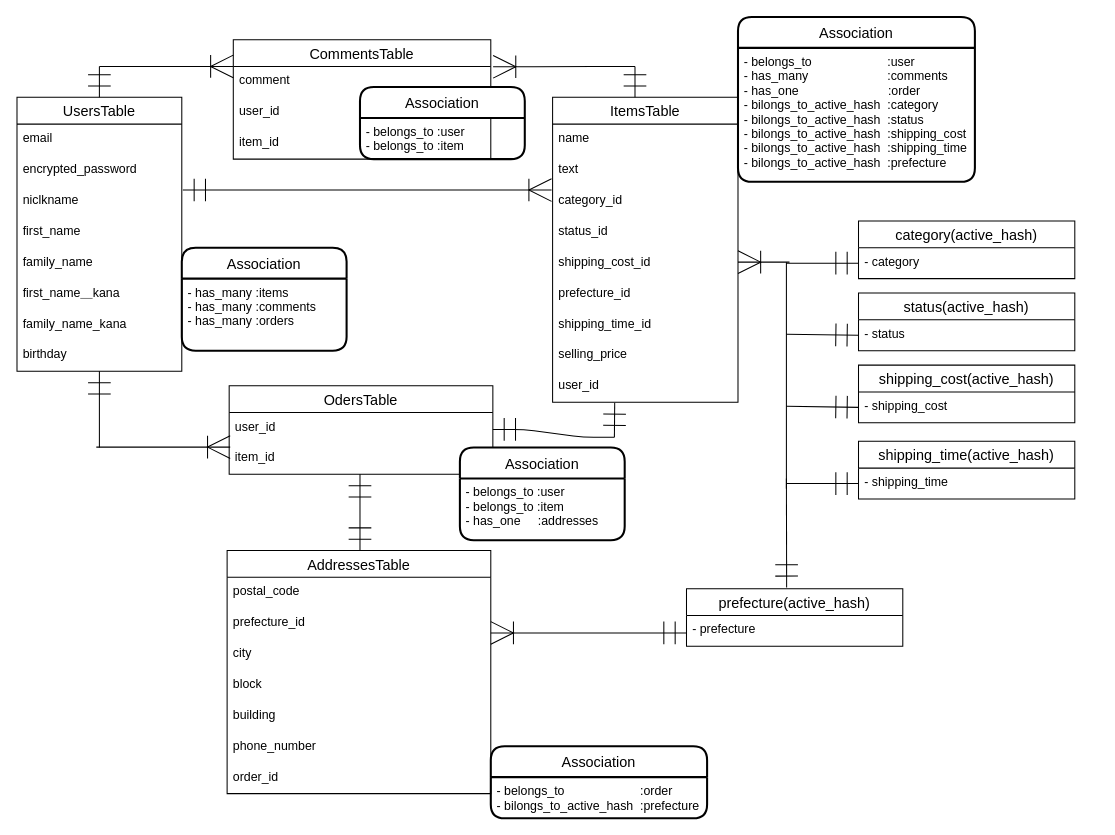
This is ER.dio from wakachico/furima-36117, a draw.io file, before an edit. Source tidied: cells renumbered, new cells numbered last; positions are measured from the earlier drawing's top-left corner, leaving out a move shared by most shapes. Both pictures are drawn from the tidied source at 103%, with x=0, y=0 at pixel (16, 16).
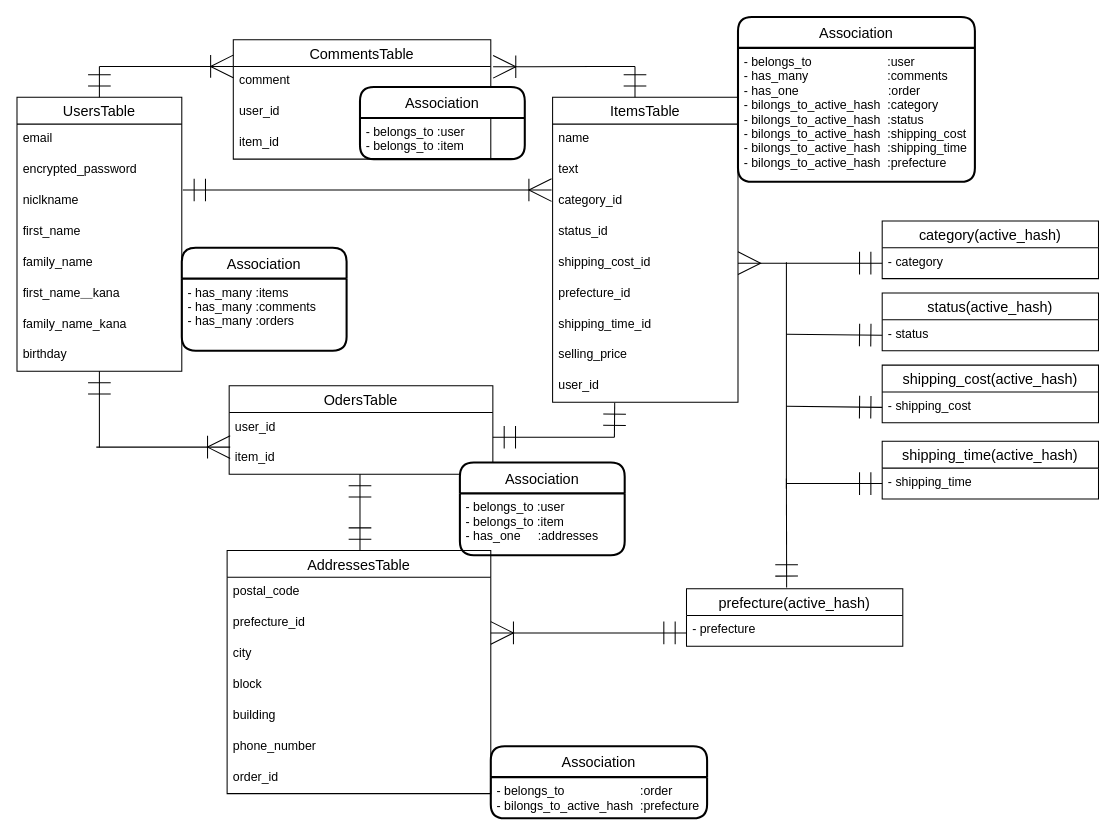
Above is the later version.

The change refers to these unchanged cells:
```xml
<mxCell id="16" value="shipping_cost_id" style="text;strokeColor=none;fillColor=none;spacingLeft=4;spacingRight=4;overflow=hidden;points=[[0,0.5],[1,0.5]];portConstraint=eastwest;fontSize=12;" parent="11" vertex="1">
  <mxGeometry y="146" width="180" height="30" as="geometry" />
</mxCell>
<mxCell id="54" value="- category" style="text;strokeColor=none;fillColor=none;spacingLeft=4;spacingRight=4;overflow=hidden;points=[[0,0.5],[1,0.5]];portConstraint=eastwest;fontSize=12;" parent="53" vertex="1">
  <mxGeometry y="26" width="210" height="30" as="geometry" />
</mxCell>
```

The edit, as a diff of the source:
```diff
@@
     <mxCell id="25" style="edgeStyle=entityRelationEdgeStyle;fontSize=12;html=1;endArrow=none;startSize=20;endSize=20;startArrow=ERmandOne;startFill=0;endFill=0;" parent="1" edge="1">
       <mxGeometry relative="1" as="geometry">
-        <mxPoint x="462" y="400.4" as="sourcePoint" />
+        <mxPoint x="462" y="408" as="sourcePoint" />
         <mxPoint x="580" y="408" as="targetPoint" />
       </mxGeometry>
     </mxCell>
@@
     <mxCell id="51" value="Association" style="swimlane;horizontal=1;startSize=30;rounded=1;fontSize=14;fontStyle=0;strokeWidth=2;shadow=0;dashed=0;align=center;" parent="1" vertex="1">
-      <mxGeometry x="430" y="418" width="160" height="90" as="geometry" />
+      <mxGeometry x="430" y="432.5" width="160" height="90" as="geometry" />
     </mxCell>
@@
     <mxCell id="53" value="category(active_hash)" style="swimlane;fontStyle=0;horizontal=1;startSize=26;align=center;fontSize=14;" parent="1" vertex="1">
-      <mxGeometry x="817" y="198" width="210" height="56" as="geometry" />
+      <mxGeometry x="840" y="198" width="210" height="56" as="geometry" />
     </mxCell>
@@
     <mxCell id="55" value="status(active_hash)" style="swimlane;fontStyle=0;horizontal=1;startSize=26;align=center;fontSize=14;" parent="1" vertex="1">
-      <mxGeometry x="817" y="268" width="210" height="56" as="geometry" />
+      <mxGeometry x="840" y="268" width="210" height="56" as="geometry" />
     </mxCell>
@@
     <mxCell id="57" value="shipping_cost(active_hash)" style="swimlane;fontStyle=0;horizontal=1;startSize=26;align=center;fontSize=14;" parent="1" vertex="1">
-      <mxGeometry x="817" y="338" width="210" height="56" as="geometry" />
+      <mxGeometry x="840" y="338" width="210" height="56" as="geometry" />
     </mxCell>
@@
     <mxCell id="61" value="shipping_time(active_hash)" style="swimlane;fontStyle=0;horizontal=1;startSize=26;align=center;fontSize=14;" parent="1" vertex="1">
-      <mxGeometry x="817" y="412" width="210" height="56" as="geometry" />
+      <mxGeometry x="840" y="412" width="210" height="56" as="geometry" />
     </mxCell>
@@
-    <mxCell id="63" style="endArrow=none;html=1;fontSize=11;startSize=20;endSize=20;startArrow=ERmandOne;startFill=0;exitX=0;exitY=0.5;exitDx=0;exitDy=0;" parent="1" edge="1" source="54">
-      <mxGeometry relative="1" as="geometry">
-        <mxPoint x="747" y="239" as="targetPoint" />
-      </mxGeometry>
+    <mxCell id="63" style="endArrow=ERmany;html=1;fontSize=11;startSize=20;endSize=20;startArrow=ERmandOne;startFill=0;exitX=0;exitY=0.5;exitDx=0;exitDy=0;entryX=1;entryY=0.5;entryDx=0;entryDy=0;endFill=0;" parent="1" edge="1" source="54" target="16">
+      <mxGeometry relative="1" as="geometry" />
     </mxCell>
@@
-    <mxCell id="69" style="edgeStyle=entityRelationEdgeStyle;fontSize=12;html=1;endArrow=none;startSize=20;endSize=20;startArrow=ERoneToMany;startFill=0;endFill=0;" parent="1" edge="1">
-      <mxGeometry relative="1" as="geometry">
-        <mxPoint x="700" y="238" as="sourcePoint" />
-        <mxPoint x="750" y="238" as="targetPoint" />
-      </mxGeometry>
-    </mxCell>
```
